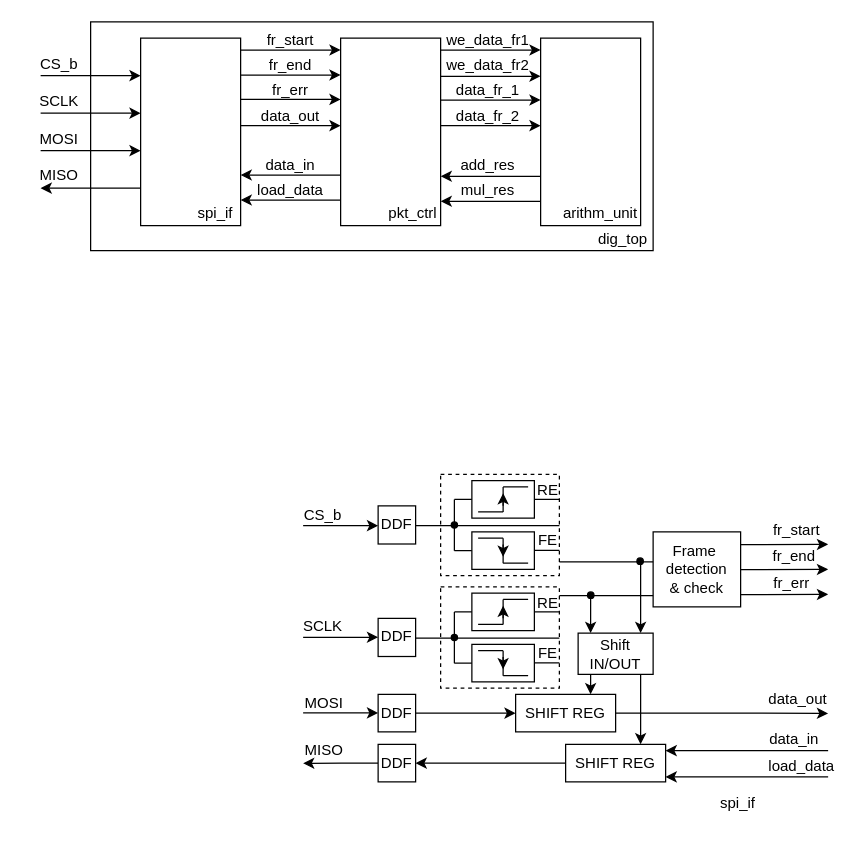
Before: Documents/dig_top.drawio in dmitrii-semenov/VHDL-VLSI, a draw.io diagram. Source tidied: cells renumbered, new cells numbered last; positions are measured from the earlier drawing's top-left corner, leaving out a move shared by most shapes. Both pictures are drawn from the tidied source at 125%, with x=0, y=0 at pixel (21, 21).
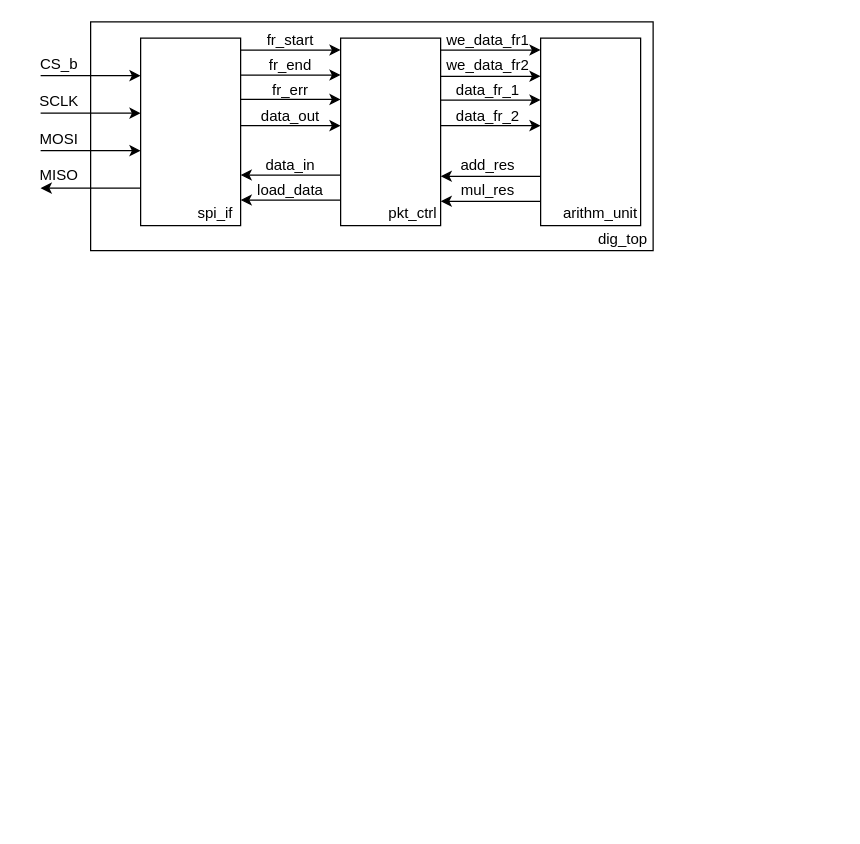
After the change.

Diff of the diagram source:
```diff
@@
-    <mxCell id="2" style="group;" parent="1" vertex="1">
-      <mxGeometry x="315" y="360" width="136" height="83" as="geometry" />
-    </mxCell>
-    <mxCell id="3" style="group;" parent="2" vertex="1">
-      <mxGeometry x="50" y="12" width="40" height="20" as="geometry" />
-    </mxCell>
-    <mxCell id="4" style="endArrow=none;html=1;rounded=0;" parent="3" edge="1">
-      <mxGeometry relative="1" as="geometry">
-        <mxPoint y="20" as="sourcePoint" />
-        <mxPoint x="20" y="20" as="targetPoint" />
-      </mxGeometry>
-    </mxCell>
-    <mxCell id="5" style="endArrow=none;html=1;rounded=0;" parent="3" edge="1">
-      <mxGeometry relative="1" as="geometry">
-        <mxPoint x="20" as="sourcePoint" />
-        <mxPoint x="40" as="targetPoint" />
-      </mxGeometry>
-    </mxCell>
-    <mxCell id="6" style="endArrow=none;html=1;rounded=0;" parent="3" edge="1">
-      <mxGeometry relative="1" as="geometry">
-        <mxPoint x="20" y="20" as="sourcePoint" />
-        <mxPoint x="20" as="targetPoint" />
-      </mxGeometry>
-    </mxCell>
-    <mxCell id="7" style="endArrow=classic;html=1;rounded=0;" parent="3" edge="1">
-      <mxGeometry relative="1" as="geometry">
-        <mxPoint x="20" y="15" as="sourcePoint" />
-        <mxPoint x="20" y="5" as="targetPoint" />
-      </mxGeometry>
-    </mxCell>
-    <mxCell id="8" style="group;" parent="2" vertex="1">
-      <mxGeometry x="50" y="53" width="40" height="20" as="geometry" />
-    </mxCell>
-    <mxCell id="9" style="endArrow=none;html=1;rounded=0;" parent="8" edge="1">
-      <mxGeometry relative="1" as="geometry">
-        <mxPoint as="sourcePoint" />
-        <mxPoint x="20" as="targetPoint" />
-      </mxGeometry>
-    </mxCell>
-    <mxCell id="10" style="endArrow=none;html=1;rounded=0;" parent="8" edge="1">
-      <mxGeometry relative="1" as="geometry">
-        <mxPoint x="20" y="20" as="sourcePoint" />
-        <mxPoint x="40" y="20" as="targetPoint" />
-      </mxGeometry>
-    </mxCell>
-    <mxCell id="11" style="endArrow=none;html=1;rounded=0;" parent="8" edge="1">
-      <mxGeometry relative="1" as="geometry">
-        <mxPoint x="20" as="sourcePoint" />
-        <mxPoint x="20" y="20" as="targetPoint" />
-      </mxGeometry>
-    </mxCell>
-    <mxCell id="12" style="endArrow=classic;html=1;rounded=0;" parent="8" edge="1">
-      <mxGeometry relative="1" as="geometry">
-        <mxPoint x="20" y="5" as="sourcePoint" />
-        <mxPoint x="20" y="15" as="targetPoint" />
-      </mxGeometry>
-    </mxCell>
-    <mxCell id="13" style="rounded=0;whiteSpace=wrap;html=1;fillColor=none;" parent="2" vertex="1">
-      <mxGeometry x="45" y="7" width="50" height="30" as="geometry" />
-    </mxCell>
-    <mxCell id="14" style="rounded=0;whiteSpace=wrap;html=1;fillColor=none;" parent="2" vertex="1">
-      <mxGeometry x="45" y="48" width="50" height="30" as="geometry" />
-    </mxCell>
-    <mxCell id="15" style="endArrow=none;html=1;rounded=0;" parent="2" edge="1">
-      <mxGeometry relative="1" as="geometry">
-        <mxPoint x="95" y="22" as="sourcePoint" />
-        <mxPoint x="115" y="22" as="targetPoint" />
-      </mxGeometry>
-    </mxCell>
-    <mxCell id="16" value="RE" style="text;html=1;strokeColor=none;fillColor=none;align=center;verticalAlign=middle;whiteSpace=wrap;rounded=0;" parent="2" vertex="1">
-      <mxGeometry x="76" width="60" height="30" as="geometry" />
-    </mxCell>
-    <mxCell id="17" style="endArrow=none;html=1;rounded=0;" parent="2" edge="1">
-      <mxGeometry relative="1" as="geometry">
-        <mxPoint x="95" y="62.8" as="sourcePoint" />
-        <mxPoint x="115" y="62.8" as="targetPoint" />
-      </mxGeometry>
-    </mxCell>
-    <mxCell id="18" value="FE" style="text;html=1;strokeColor=none;fillColor=none;align=center;verticalAlign=middle;whiteSpace=wrap;rounded=0;" parent="2" vertex="1">
-      <mxGeometry x="76" y="40" width="60" height="30" as="geometry" />
-    </mxCell>
-    <mxCell id="19" style="endArrow=none;html=1;rounded=0;" parent="2" edge="1">
-      <mxGeometry relative="1" as="geometry">
-        <mxPoint y="43" as="sourcePoint" />
-        <mxPoint x="115" y="43" as="targetPoint" />
-      </mxGeometry>
-    </mxCell>
-    <mxCell id="20" style="rounded=0;whiteSpace=wrap;html=1;strokeColor=default;fillColor=none;dashed=1;" parent="2" vertex="1">
-      <mxGeometry x="20" y="2" width="95" height="81" as="geometry" />
-    </mxCell>
-    <mxCell id="21" style="endArrow=none;html=1;rounded=0;" parent="2" edge="1">
-      <mxGeometry relative="1" as="geometry">
-        <mxPoint x="31" y="22" as="sourcePoint" />
-        <mxPoint x="45" y="22" as="targetPoint" />
-      </mxGeometry>
-    </mxCell>
-    <mxCell id="22" style="endArrow=none;html=1;rounded=0;" parent="2" edge="1">
-      <mxGeometry relative="1" as="geometry">
-        <mxPoint x="31" y="63" as="sourcePoint" />
-        <mxPoint x="45" y="63" as="targetPoint" />
-      </mxGeometry>
-    </mxCell>
-    <mxCell id="23" style="endArrow=none;html=1;rounded=0;" parent="2" edge="1">
-      <mxGeometry relative="1" as="geometry">
-        <mxPoint x="31" y="63" as="sourcePoint" />
-        <mxPoint x="31" y="22" as="targetPoint" />
-      </mxGeometry>
-    </mxCell>
-    <mxCell id="24" style="ellipse;whiteSpace=wrap;html=1;fillColor=#000000;" parent="2" vertex="1">
-      <mxGeometry x="28.5" y="40" width="5" height="5" as="geometry" />
-    </mxCell>
-    <mxCell id="25" style="group;" parent="1" vertex="1">
-      <mxGeometry x="315" y="450" width="136" height="83" as="geometry" />
-    </mxCell>
-    <mxCell id="26" style="group;" parent="25" vertex="1">
-      <mxGeometry x="50" y="12" width="40" height="20" as="geometry" />
-    </mxCell>
-    <mxCell id="27" style="endArrow=none;html=1;rounded=0;" parent="26" edge="1">
-      <mxGeometry relative="1" as="geometry">
-        <mxPoint y="20" as="sourcePoint" />
-        <mxPoint x="20" y="20" as="targetPoint" />
-      </mxGeometry>
-    </mxCell>
-    <mxCell id="28" style="endArrow=none;html=1;rounded=0;" parent="26" edge="1">
-      <mxGeometry relative="1" as="geometry">
-        <mxPoint x="20" as="sourcePoint" />
-        <mxPoint x="40" as="targetPoint" />
-      </mxGeometry>
-    </mxCell>
-    <mxCell id="29" style="endArrow=none;html=1;rounded=0;" parent="26" edge="1">
-      <mxGeometry relative="1" as="geometry">
-        <mxPoint x="20" y="20" as="sourcePoint" />
-        <mxPoint x="20" as="targetPoint" />
-      </mxGeometry>
-    </mxCell>
-    <mxCell id="30" style="endArrow=classic;html=1;rounded=0;" parent="26" edge="1">
-      <mxGeometry relative="1" as="geometry">
-        <mxPoint x="20" y="15" as="sourcePoint" />
-        <mxPoint x="20" y="5" as="targetPoint" />
-      </mxGeometry>
-    </mxCell>
-    <mxCell id="31" style="group;" parent="25" vertex="1">
-      <mxGeometry x="50" y="53" width="40" height="20" as="geometry" />
-    </mxCell>
-    <mxCell id="32" style="endArrow=none;html=1;rounded=0;" parent="31" edge="1">
-      <mxGeometry relative="1" as="geometry">
-        <mxPoint as="sourcePoint" />
-        <mxPoint x="20" as="targetPoint" />
-      </mxGeometry>
-    </mxCell>
-    <mxCell id="33" style="endArrow=none;html=1;rounded=0;" parent="31" edge="1">
-      <mxGeometry relative="1" as="geometry">
-        <mxPoint x="20" y="20" as="sourcePoint" />
-        <mxPoint x="40" y="20" as="targetPoint" />
-      </mxGeometry>
-    </mxCell>
-    <mxCell id="34" style="endArrow=none;html=1;rounded=0;" parent="31" edge="1">
-      <mxGeometry relative="1" as="geometry">
-        <mxPoint x="20" as="sourcePoint" />
-        <mxPoint x="20" y="20" as="targetPoint" />
-      </mxGeometry>
-    </mxCell>
-    <mxCell id="35" style="endArrow=classic;html=1;rounded=0;" parent="31" edge="1">
-      <mxGeometry relative="1" as="geometry">
-        <mxPoint x="20" y="5" as="sourcePoint" />
-        <mxPoint x="20" y="15" as="targetPoint" />
-      </mxGeometry>
-    </mxCell>
-    <mxCell id="36" style="rounded=0;whiteSpace=wrap;html=1;fillColor=none;" parent="25" vertex="1">
-      <mxGeometry x="45" y="7" width="50" height="30" as="geometry" />
-    </mxCell>
-    <mxCell id="37" style="rounded=0;whiteSpace=wrap;html=1;fillColor=none;" parent="25" vertex="1">
-      <mxGeometry x="45" y="48" width="50" height="30" as="geometry" />
-    </mxCell>
-    <mxCell id="38" style="endArrow=none;html=1;rounded=0;" parent="25" edge="1">
-      <mxGeometry relative="1" as="geometry">
-        <mxPoint x="95" y="22" as="sourcePoint" />
-        <mxPoint x="115" y="22" as="targetPoint" />
-      </mxGeometry>
-    </mxCell>
-    <mxCell id="39" value="RE" style="text;html=1;strokeColor=none;fillColor=none;align=center;verticalAlign=middle;whiteSpace=wrap;rounded=0;" parent="25" vertex="1">
-      <mxGeometry x="76" width="60" height="30" as="geometry" />
-    </mxCell>
-    <mxCell id="40" style="endArrow=none;html=1;rounded=0;" parent="25" edge="1">
-      <mxGeometry relative="1" as="geometry">
-        <mxPoint x="95" y="62.8" as="sourcePoint" />
-        <mxPoint x="115" y="62.8" as="targetPoint" />
-      </mxGeometry>
-    </mxCell>
-    <mxCell id="41" value="FE" style="text;html=1;strokeColor=none;fillColor=none;align=center;verticalAlign=middle;whiteSpace=wrap;rounded=0;" parent="25" vertex="1">
-      <mxGeometry x="76" y="40" width="60" height="30" as="geometry" />
-    </mxCell>
-    <mxCell id="42" style="endArrow=none;html=1;rounded=0;" parent="25" edge="1">
-      <mxGeometry relative="1" as="geometry">
-        <mxPoint y="43" as="sourcePoint" />
-        <mxPoint x="115" y="43" as="targetPoint" />
-      </mxGeometry>
-    </mxCell>
-    <mxCell id="43" style="rounded=0;whiteSpace=wrap;html=1;strokeColor=default;fillColor=none;dashed=1;" parent="25" vertex="1">
-      <mxGeometry x="20" y="2" width="95" height="81" as="geometry" />
-    </mxCell>
-    <mxCell id="44" style="endArrow=none;html=1;rounded=0;" parent="25" edge="1">
-      <mxGeometry relative="1" as="geometry">
-        <mxPoint x="31" y="22" as="sourcePoint" />
-        <mxPoint x="45" y="22" as="targetPoint" />
-      </mxGeometry>
-    </mxCell>
-    <mxCell id="45" style="endArrow=none;html=1;rounded=0;" parent="25" edge="1">
-      <mxGeometry relative="1" as="geometry">
-        <mxPoint x="31" y="63" as="sourcePoint" />
-        <mxPoint x="45" y="63" as="targetPoint" />
-      </mxGeometry>
-    </mxCell>
-    <mxCell id="46" style="endArrow=none;html=1;rounded=0;" parent="25" edge="1">
-      <mxGeometry relative="1" as="geometry">
-        <mxPoint x="31" y="63" as="sourcePoint" />
-        <mxPoint x="31" y="22" as="targetPoint" />
-      </mxGeometry>
-    </mxCell>
-    <mxCell id="47" style="ellipse;whiteSpace=wrap;html=1;fillColor=#000000;" parent="25" vertex="1">
-      <mxGeometry x="28.5" y="40" width="5" height="5" as="geometry" />
-    </mxCell>
-    <mxCell id="48" value="DDF" style="rounded=0;whiteSpace=wrap;html=1;" parent="1" vertex="1">
-      <mxGeometry x="285" y="387.2" width="30" height="30.5" as="geometry" />
-    </mxCell>
-    <mxCell id="49" value="DDF" style="rounded=0;whiteSpace=wrap;html=1;" parent="1" vertex="1">
-      <mxGeometry x="285" y="477.2" width="30" height="30.5" as="geometry" />
-    </mxCell>
-    <mxCell id="50" style="endArrow=classic;html=1;rounded=0;" parent="1" edge="1">
-      <mxGeometry relative="1" as="geometry">
-        <mxPoint x="225" y="403" as="sourcePoint" />
-        <mxPoint x="285" y="403" as="targetPoint" />
-      </mxGeometry>
-    </mxCell>
-    <mxCell id="51" style="endArrow=classic;html=1;rounded=0;" parent="1" edge="1">
-      <mxGeometry relative="1" as="geometry">
-        <mxPoint x="225" y="492.3" as="sourcePoint" />
-        <mxPoint x="285" y="492.3" as="targetPoint" />
-      </mxGeometry>
-    </mxCell>
-    <mxCell id="52" style="edgeStyle=orthogonalEdgeStyle;rounded=0;jettySize=auto;html=1;exitX=1;exitY=0.5;exitDx=0;exitDy=0;entryX=0;entryY=0.5;entryDx=0;entryDy=0;startArrow=none;startFill=0;endArrow=classic;endFill=1;" parent="1" edge="1" source="53" target="56">
-      <mxGeometry relative="1" as="geometry" />
-    </mxCell>
-    <mxCell id="53" value="DDF" style="rounded=0;whiteSpace=wrap;html=1;" parent="1" vertex="1">
-      <mxGeometry x="285" y="538" width="30" height="30" as="geometry" />
-    </mxCell>
-    <mxCell id="54" style="endArrow=classic;html=1;rounded=0;" parent="1" edge="1">
-      <mxGeometry relative="1" as="geometry">
-        <mxPoint x="225" y="552.8" as="sourcePoint" />
-        <mxPoint x="285" y="552.8" as="targetPoint" />
-      </mxGeometry>
-    </mxCell>
-    <mxCell id="55" style="edgeStyle=orthogonalEdgeStyle;rounded=0;jettySize=auto;html=1;exitX=1;exitY=0.5;exitDx=0;exitDy=0;" parent="1" edge="1" source="56">
-      <mxGeometry relative="1" as="geometry">
-        <mxPoint x="645" y="553.2" as="targetPoint" />
-      </mxGeometry>
-    </mxCell>
-    <mxCell id="56" value="SHIFT REG" style="rounded=0;whiteSpace=wrap;html=1;" parent="1" vertex="1">
-      <mxGeometry x="395" y="538" width="80" height="30" as="geometry" />
-    </mxCell>
-    <mxCell id="57" value="Shift&lt;br&gt;IN/OUT" style="rounded=0;whiteSpace=wrap;html=1;" parent="1" vertex="1">
-      <mxGeometry x="445" y="489" width="60" height="33" as="geometry" />
-    </mxCell>
-    <mxCell id="58" style="endArrow=classic;html=1;rounded=0;entryX=0.75;entryY=0;entryDx=0;entryDy=0;" parent="1" edge="1" target="56">
-      <mxGeometry relative="1" as="geometry">
-        <mxPoint x="455" y="522" as="sourcePoint" />
-      </mxGeometry>
-    </mxCell>
-    <mxCell id="59" style="endArrow=classic;html=1;rounded=0;entryX=0.75;entryY=0;entryDx=0;entryDy=0;" parent="1" edge="1" target="61">
-      <mxGeometry relative="1" as="geometry">
-        <mxPoint x="495" y="522" as="sourcePoint" />
-      </mxGeometry>
-    </mxCell>
-    <mxCell id="60" style="edgeStyle=orthogonalEdgeStyle;rounded=0;jettySize=auto;html=1;exitX=0;exitY=0.5;exitDx=0;exitDy=0;entryX=1;entryY=0.5;entryDx=0;entryDy=0;" parent="1" edge="1" source="61" target="63">
-      <mxGeometry relative="1" as="geometry" />
-    </mxCell>
-    <mxCell id="61" value="SHIFT REG" style="rounded=0;whiteSpace=wrap;html=1;" parent="1" vertex="1">
-      <mxGeometry x="435" y="578" width="80" height="30" as="geometry" />
-    </mxCell>
-    <mxCell id="62" style="edgeStyle=orthogonalEdgeStyle;rounded=0;jettySize=auto;html=1;exitX=0;exitY=0.5;exitDx=0;exitDy=0;" parent="1" edge="1" source="63">
-      <mxGeometry relative="1" as="geometry">
-        <mxPoint x="225" y="593.2" as="targetPoint" />
-      </mxGeometry>
-    </mxCell>
-    <mxCell id="63" value="DDF" style="rounded=0;whiteSpace=wrap;html=1;" parent="1" vertex="1">
-      <mxGeometry x="285" y="578" width="30" height="30" as="geometry" />
-    </mxCell>
-    <mxCell id="64" value="Frame&amp;nbsp;&lt;br&gt;detection&lt;br&gt;&amp;amp; check" style="rounded=0;whiteSpace=wrap;html=1;" parent="1" vertex="1">
-      <mxGeometry x="505" y="408" width="70" height="60" as="geometry" />
-    </mxCell>
-    <mxCell id="65" style="endArrow=classic;html=1;rounded=0;" parent="1" edge="1">
-      <mxGeometry relative="1" as="geometry">
-        <mxPoint x="575" y="438.2" as="sourcePoint" />
-        <mxPoint x="645" y="438" as="targetPoint" />
-      </mxGeometry>
-    </mxCell>
-    <mxCell id="66" style="endArrow=classic;html=1;rounded=0;" parent="1" edge="1">
-      <mxGeometry relative="1" as="geometry">
-        <mxPoint x="575" y="418.2" as="sourcePoint" />
-        <mxPoint x="645" y="418" as="targetPoint" />
-      </mxGeometry>
-    </mxCell>
-    <mxCell id="67" style="endArrow=classic;html=1;rounded=0;" parent="1" edge="1">
-      <mxGeometry relative="1" as="geometry">
-        <mxPoint x="575" y="458.2" as="sourcePoint" />
-        <mxPoint x="645" y="458" as="targetPoint" />
-      </mxGeometry>
-    </mxCell>
-    <mxCell id="68" style="endArrow=none;html=1;rounded=0;" parent="1" edge="1">
-      <mxGeometry relative="1" as="geometry">
-        <mxPoint x="505" y="432" as="sourcePoint" />
-        <mxPoint x="430" y="432" as="targetPoint" />
-      </mxGeometry>
-    </mxCell>
-    <mxCell id="69" style="endArrow=none;html=1;rounded=0;" parent="1" edge="1">
-      <mxGeometry relative="1" as="geometry">
-        <mxPoint x="505" y="459" as="sourcePoint" />
-        <mxPoint x="430" y="459" as="targetPoint" />
-      </mxGeometry>
-    </mxCell>
-    <mxCell id="70" style="endArrow=classic;html=1;rounded=0;entryX=0.75;entryY=0;entryDx=0;entryDy=0;" parent="1" edge="1">
-      <mxGeometry relative="1" as="geometry">
-        <mxPoint x="495" y="432" as="sourcePoint" />
-        <mxPoint x="495" y="489" as="targetPoint" />
-      </mxGeometry>
-    </mxCell>
-    <mxCell id="71" style="endArrow=classic;html=1;rounded=0;entryX=0.75;entryY=0;entryDx=0;entryDy=0;" parent="1" edge="1">
-      <mxGeometry relative="1" as="geometry">
-        <mxPoint x="455" y="459" as="sourcePoint" />
-        <mxPoint x="455" y="489" as="targetPoint" />
-      </mxGeometry>
-    </mxCell>
-    <mxCell id="72" style="ellipse;whiteSpace=wrap;html=1;fillColor=#000000;" parent="1" vertex="1">
-      <mxGeometry x="492" y="428.8" width="5.2" height="5.2" as="geometry" />
-    </mxCell>
-    <mxCell id="73" style="ellipse;whiteSpace=wrap;html=1;fillColor=#000000;" parent="1" vertex="1">
-      <mxGeometry x="452.5" y="456" width="5.2" height="5.2" as="geometry" />
-    </mxCell>
-    <mxCell id="74" style="endArrow=classic;html=1;rounded=0;entryX=1;entryY=0.5;entryDx=0;entryDy=0;" parent="1" edge="1">
-      <mxGeometry relative="1" as="geometry">
-        <mxPoint x="645" y="604" as="sourcePoint" />
-        <mxPoint x="515" y="604" as="targetPoint" />
-      </mxGeometry>
-    </mxCell>
-    <mxCell id="75" style="endArrow=classic;html=1;rounded=0;entryX=1;entryY=0.5;entryDx=0;entryDy=0;" parent="1" edge="1">
-      <mxGeometry relative="1" as="geometry">
-        <mxPoint x="645" y="583" as="sourcePoint" />
-        <mxPoint x="515" y="583" as="targetPoint" />
-      </mxGeometry>
-    </mxCell>
@@
-    <mxCell id="81" value="spi_if" style="text;html=1;strokeColor=none;fillColor=none;align=center;verticalAlign=middle;whiteSpace=wrap;rounded=0;" parent="1" vertex="1">
-      <mxGeometry x="543" y="610" width="60" height="30" as="geometry" />
-    </mxCell>
-    <mxCell id="82" value="CS_b" style="text;html=1;strokeColor=none;fillColor=none;align=center;verticalAlign=middle;whiteSpace=wrap;rounded=0;" parent="1" vertex="1">
-      <mxGeometry x="211" y="380" width="60" height="30" as="geometry" />
-    </mxCell>
-    <mxCell id="83" value="SCLK" style="text;html=1;strokeColor=none;fillColor=none;align=center;verticalAlign=middle;whiteSpace=wrap;rounded=0;" parent="1" vertex="1">
-      <mxGeometry x="211" y="469" width="60" height="30" as="geometry" />
-    </mxCell>
-    <mxCell id="84" value="MOSI" style="text;html=1;strokeColor=none;fillColor=none;align=center;verticalAlign=middle;whiteSpace=wrap;rounded=0;" parent="1" vertex="1">
-      <mxGeometry x="212" y="530" width="60" height="30" as="geometry" />
-    </mxCell>
-    <mxCell id="85" value="MISO" style="text;html=1;strokeColor=none;fillColor=none;align=center;verticalAlign=middle;whiteSpace=wrap;rounded=0;" parent="1" vertex="1">
-      <mxGeometry x="212" y="568" width="60" height="30" as="geometry" />
-    </mxCell>
-    <mxCell id="86" value="fr_start" style="text;html=1;strokeColor=none;fillColor=none;align=center;verticalAlign=middle;whiteSpace=wrap;rounded=0;" parent="1" vertex="1">
-      <mxGeometry x="590" y="391.8" width="60" height="30" as="geometry" />
-    </mxCell>
-    <mxCell id="87" value="fr_end" style="text;html=1;strokeColor=none;fillColor=none;align=center;verticalAlign=middle;whiteSpace=wrap;rounded=0;" parent="1" vertex="1">
-      <mxGeometry x="588" y="413" width="60" height="30" as="geometry" />
-    </mxCell>
-    <mxCell id="88" value="fr_err" style="text;html=1;strokeColor=none;fillColor=none;align=center;verticalAlign=middle;whiteSpace=wrap;rounded=0;" parent="1" vertex="1">
-      <mxGeometry x="586" y="434" width="60" height="30" as="geometry" />
-    </mxCell>
-    <mxCell id="89" value="data_out" style="text;html=1;strokeColor=none;fillColor=none;align=center;verticalAlign=middle;whiteSpace=wrap;rounded=0;" parent="1" vertex="1">
-      <mxGeometry x="591" y="527" width="60" height="30" as="geometry" />
-    </mxCell>
-    <mxCell id="90" value="data_in" style="text;html=1;strokeColor=none;fillColor=none;align=center;verticalAlign=middle;whiteSpace=wrap;rounded=0;" parent="1" vertex="1">
-      <mxGeometry x="588" y="559" width="60" height="30" as="geometry" />
-    </mxCell>
-    <mxCell id="91" value="load_data" style="text;html=1;strokeColor=none;fillColor=none;align=center;verticalAlign=middle;whiteSpace=wrap;rounded=0;" parent="1" vertex="1">
-      <mxGeometry x="594" y="581" width="60" height="30" as="geometry" />
-    </mxCell>
```
